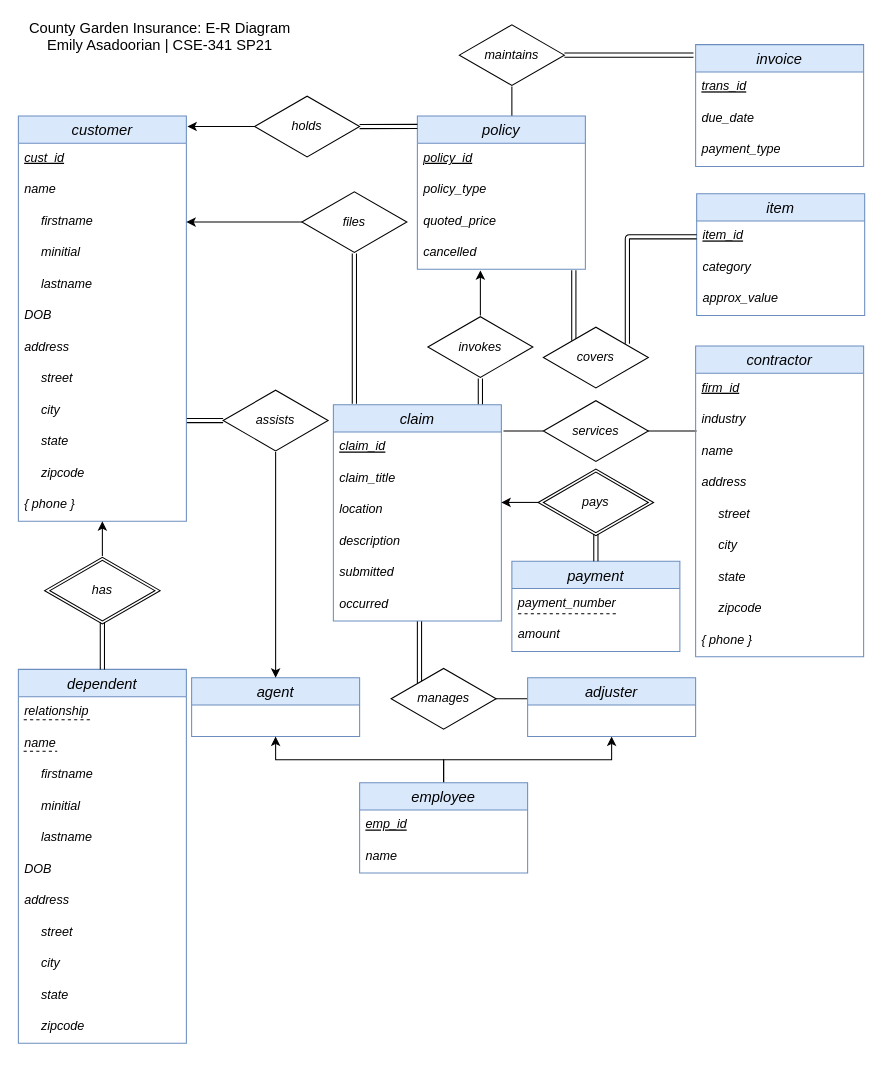
The draw.io diagram ER_Diagram/DrawIO/Asadoorian_ERD.drawio in ema323-lehigh/county-garden, before the edit. Source tidied: cells renumbered, new cells numbered last; positions are measured from the earlier drawing's top-left corner, leaving out a move shared by most shapes. Both pictures are drawn from the tidied source at 105%, with x=0, y=0 at pixel (18, 23).
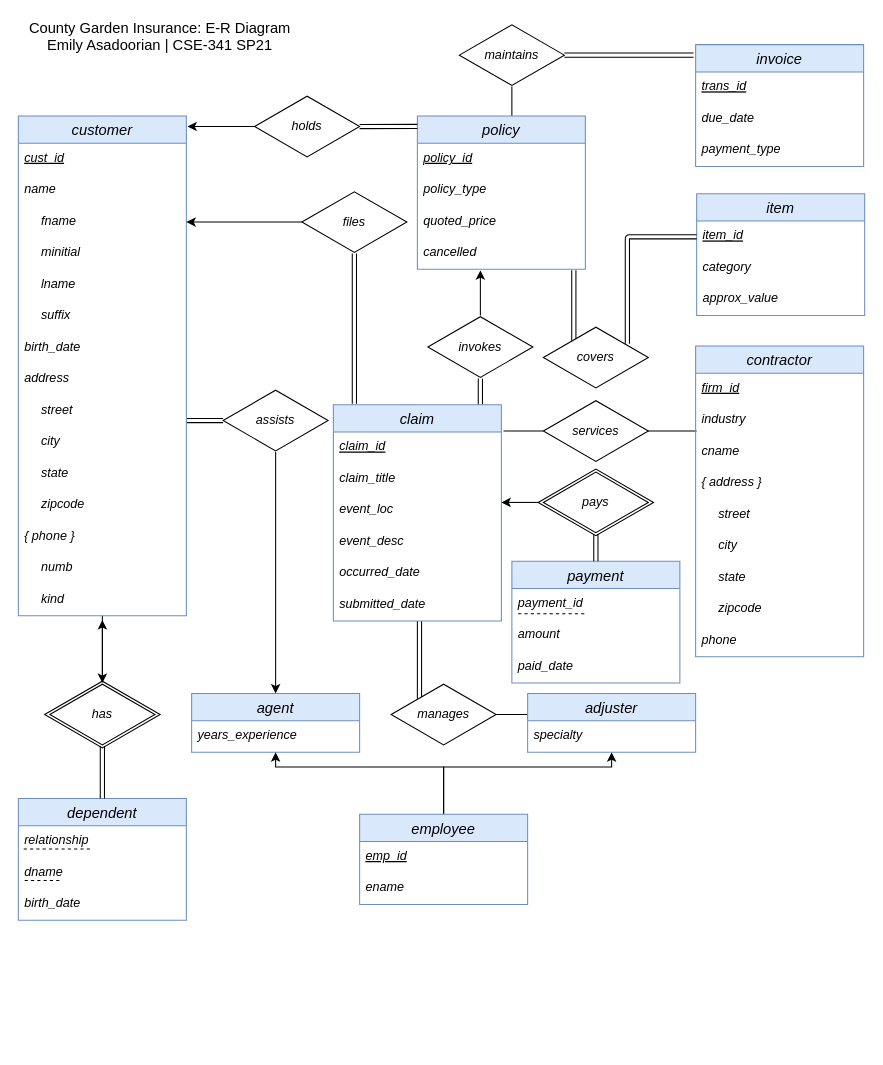
Above is the later version.

Commit message (it also covers changes not shown here):
Mostly shore up ER diagram

Unchanged cells that the change refers to:
```xml
<mxCell id="31" value="claim" style="swimlane;fontStyle=2;horizontal=1;startSize=26;align=center;fontSize=14;fillColor=#dae8fc;strokeColor=#6c8ebf;" parent="1" vertex="1">
  <mxGeometry x="300" y="363" width="160" height="206" as="geometry" />
</mxCell>
<mxCell id="53" value="contractor" style="swimlane;fontStyle=2;horizontal=1;startSize=26;align=center;fontSize=14;fillColor=#dae8fc;strokeColor=#6c8ebf;" parent="1" vertex="1">
  <mxGeometry x="645" y="307" width="160" height="296" as="geometry" />
</mxCell>
```

Change to the diagram source:
```diff
@@
     <mxCell id="3" style="html=1;whiteSpace=wrap;shape=isoRectangle;fontSize=14;align=left;" parent="1" vertex="1">
-      <mxGeometry x="25" y="507" width="110" height="66" as="geometry" />
+      <mxGeometry x="25" y="625" width="110" height="66" as="geometry" />
     </mxCell>
@@
     <mxCell id="7" style="endArrow=none;html=1;exitX=0.98;exitY=0.5;exitDx=0;exitDy=0;exitPerimeter=0;" parent="1" edge="1" source="39">
       <mxGeometry relative="1" as="geometry">
-        <mxPoint x="485" y="643" as="targetPoint" />
+        <mxPoint x="485" y="658" as="targetPoint" />
       </mxGeometry>
     </mxCell>
@@
     <mxCell id="12" value="agent" style="swimlane;fontStyle=2;horizontal=1;startSize=26;align=center;fontSize=14;fillColor=#dae8fc;strokeColor=#6c8ebf;" parent="1" vertex="1">
-      <mxGeometry x="165" y="623" width="160" height="56" as="geometry" />
+      <mxGeometry x="165" y="638" width="160" height="56" as="geometry" />
     </mxCell>
+    <mxCell id="103" value="years_experience" style="text;strokeColor=none;fillColor=none;spacingLeft=4;spacingRight=4;overflow=hidden;fontSize=12;fontStyle=2;" parent="12" vertex="1">
+      <mxGeometry y="26" width="160" height="30" as="geometry" />
+    </mxCell>
     <mxCell id="13" style="edgeStyle=orthogonalEdgeStyle;rounded=0;jettySize=auto;html=1;exitX=0.5;exitY=0;exitDx=0;exitDy=0;entryX=0.5;entryY=1;entryDx=0;entryDy=0;fontFamily=Comic Sans MS;fontSize=14;" parent="1" edge="1" source="15" target="12">
-      <mxGeometry relative="1" as="geometry" />
+      <mxGeometry relative="1" as="geometry">
+        <Array as="points">
+          <mxPoint x="405" y="708" />
+          <mxPoint x="245" y="708" />
+        </Array>
+      </mxGeometry>
     </mxCell>
     <mxCell id="14" style="edgeStyle=orthogonalEdgeStyle;rounded=0;jettySize=auto;html=1;exitX=0.5;exitY=0;exitDx=0;exitDy=0;entryX=0.5;entryY=1;entryDx=0;entryDy=0;fontFamily=Comic Sans MS;fontSize=14;" parent="1" edge="1" source="15" target="18">
-      <mxGeometry relative="1" as="geometry" />
+      <mxGeometry relative="1" as="geometry">
+        <Array as="points">
+          <mxPoint x="405" y="708" />
+          <mxPoint x="565" y="708" />
+        </Array>
+      </mxGeometry>
     </mxCell>
     <mxCell id="15" value="employee" style="swimlane;fontStyle=2;horizontal=1;startSize=26;align=center;fontSize=14;fillColor=#dae8fc;strokeColor=#6c8ebf;" parent="1" vertex="1">
-      <mxGeometry x="325" y="723" width="160" height="86" as="geometry" />
+      <mxGeometry x="325" y="753" width="160" height="86" as="geometry" />
     </mxCell>
@@
-    <mxCell id="17" value="name&#10;" style="text;strokeColor=none;fillColor=none;spacingLeft=4;spacingRight=4;overflow=hidden;fontSize=12;fontStyle=2;" parent="15" vertex="1">
+    <mxCell id="17" value="ename&#10;" style="text;strokeColor=none;fillColor=none;spacingLeft=4;spacingRight=4;overflow=hidden;fontSize=12;fontStyle=2;" parent="15" vertex="1">
       <mxGeometry y="56" width="160" height="30" as="geometry" />
     </mxCell>
     <mxCell id="18" value="adjuster" style="swimlane;fontStyle=2;horizontal=1;startSize=26;align=center;fontSize=14;fillColor=#dae8fc;strokeColor=#6c8ebf;" parent="1" vertex="1">
-      <mxGeometry x="485" y="623" width="160" height="56" as="geometry" />
+      <mxGeometry x="485" y="638" width="160" height="56" as="geometry" />
     </mxCell>
+    <mxCell id="104" value="specialty" style="text;strokeColor=none;fillColor=none;spacingLeft=4;spacingRight=4;overflow=hidden;fontSize=12;fontStyle=2;" parent="18" vertex="1">
+      <mxGeometry y="26" width="160" height="30" as="geometry" />
+    </mxCell>
@@
-    <mxCell id="34" value="location" style="text;strokeColor=none;fillColor=none;spacingLeft=4;spacingRight=4;overflow=hidden;fontSize=12;fontStyle=2;" parent="31" vertex="1">
+    <mxCell id="34" value="event_loc" style="text;strokeColor=none;fillColor=none;spacingLeft=4;spacingRight=4;overflow=hidden;fontSize=12;fontStyle=2;" parent="31" vertex="1">
       <mxGeometry y="86" width="160" height="30" as="geometry" />
     </mxCell>
-    <mxCell id="35" value="description" style="text;strokeColor=none;fillColor=none;spacingLeft=4;spacingRight=4;overflow=hidden;fontSize=12;fontStyle=2;" parent="31" vertex="1">
+    <mxCell id="35" value="event_desc" style="text;strokeColor=none;fillColor=none;spacingLeft=4;spacingRight=4;overflow=hidden;fontSize=12;fontStyle=2;" parent="31" vertex="1">
       <mxGeometry y="116" width="160" height="30" as="geometry" />
     </mxCell>
-    <mxCell id="36" value="submitted" style="text;strokeColor=none;fillColor=none;spacingLeft=4;spacingRight=4;overflow=hidden;fontSize=12;fontStyle=2;" parent="31" vertex="1">
+    <mxCell id="36" value="occurred_date" style="text;strokeColor=none;fillColor=none;spacingLeft=4;spacingRight=4;overflow=hidden;fontSize=12;fontStyle=2;" parent="31" vertex="1">
       <mxGeometry y="146" width="160" height="30" as="geometry" />
     </mxCell>
-    <mxCell id="37" value="occurred" style="text;strokeColor=none;fillColor=none;spacingLeft=4;spacingRight=4;overflow=hidden;fontSize=12;fontStyle=2;" parent="31" vertex="1">
+    <mxCell id="37" value="submitted_date" style="text;strokeColor=none;fillColor=none;spacingLeft=4;spacingRight=4;overflow=hidden;fontSize=12;fontStyle=2;" parent="31" vertex="1">
       <mxGeometry y="176" width="160" height="30" as="geometry" />
     </mxCell>
@@
     <mxCell id="39" value="&lt;i&gt;manages&lt;/i&gt;" style="html=1;whiteSpace=wrap;shape=isoRectangle;" parent="1" vertex="1">
-      <mxGeometry x="355" y="613" width="100" height="60" as="geometry" />
+      <mxGeometry x="355" y="628" width="100" height="60" as="geometry" />
     </mxCell>
+    <mxCell id="105" style="edgeStyle=orthogonalEdgeStyle;rounded=0;jettySize=auto;html=1;" parent="1" edge="1" source="40" target="86">
+      <mxGeometry relative="1" as="geometry" />
+    </mxCell>
     <mxCell id="40" value="customer" style="swimlane;fontStyle=2;horizontal=1;startSize=26;align=center;fontSize=14;fillColor=#dae8fc;strokeColor=#6c8ebf;" parent="1" vertex="1">
-      <mxGeometry y="88" width="160" height="386" as="geometry" />
+      <mxGeometry y="88" width="160" height="476" as="geometry" />
     </mxCell>
@@
-    <mxCell id="43" value="firstname" style="text;strokeColor=none;fillColor=none;spacingLeft=20;spacingRight=4;overflow=hidden;points=[[0,0.5],[1,0.5]];portConstraint=eastwest;fontSize=12;fontStyle=2;align=left;" parent="40" vertex="1">
+    <mxCell id="43" value="fname" style="text;strokeColor=none;fillColor=none;spacingLeft=20;spacingRight=4;overflow=hidden;points=[[0,0.5],[1,0.5]];portConstraint=eastwest;fontSize=12;fontStyle=2;align=left;" parent="40" vertex="1">
       <mxGeometry y="86" width="160" height="30" as="geometry" />
     </mxCell>
@@
-    <mxCell id="45" value="lastname" style="text;strokeColor=none;fillColor=none;spacingLeft=20;spacingRight=4;overflow=hidden;fontSize=12;fontStyle=2;align=left;" parent="40" vertex="1">
+    <mxCell id="45" value="lname" style="text;strokeColor=none;fillColor=none;spacingLeft=20;spacingRight=4;overflow=hidden;fontSize=12;fontStyle=2;align=left;" parent="40" vertex="1">
       <mxGeometry y="146" width="160" height="30" as="geometry" />
     </mxCell>
+    <mxCell id="106" value="suffix" style="text;strokeColor=none;fillColor=none;spacingLeft=20;spacingRight=4;overflow=hidden;fontSize=12;fontStyle=2;align=left;" parent="40" vertex="1">
+      <mxGeometry y="176" width="160" height="30" as="geometry" />
+    </mxCell>
-    <mxCell id="46" value="DOB" style="text;strokeColor=none;fillColor=none;spacingLeft=4;spacingRight=4;overflow=hidden;fontSize=12;fontStyle=2;" parent="40" vertex="1">
-      <mxGeometry y="176" width="160" height="30" as="geometry" />
+    <mxCell id="46" value="birth_date" style="text;strokeColor=none;fillColor=none;spacingLeft=4;spacingRight=4;overflow=hidden;fontSize=12;fontStyle=2;" parent="40" vertex="1">
+      <mxGeometry y="206" width="160" height="30" as="geometry" />
     </mxCell>
     <mxCell id="47" value="address" style="text;strokeColor=none;fillColor=none;spacingLeft=4;spacingRight=4;overflow=hidden;fontSize=12;fontStyle=2;align=left;" parent="40" vertex="1">
-      <mxGeometry y="206" width="160" height="30" as="geometry" />
+      <mxGeometry y="236" width="160" height="30" as="geometry" />
     </mxCell>
     <mxCell id="48" value="street" style="text;strokeColor=none;fillColor=none;spacingLeft=20;spacingRight=4;overflow=hidden;fontSize=12;fontStyle=2;align=left;" parent="40" vertex="1">
-      <mxGeometry y="236" width="160" height="30" as="geometry" />
+      <mxGeometry y="266" width="160" height="30" as="geometry" />
     </mxCell>
     <mxCell id="49" value="city" style="text;strokeColor=none;fillColor=none;spacingLeft=20;spacingRight=4;overflow=hidden;fontSize=12;fontStyle=2;align=left;" parent="40" vertex="1">
-      <mxGeometry y="266" width="160" height="30" as="geometry" />
+      <mxGeometry y="296" width="160" height="30" as="geometry" />
     </mxCell>
     <mxCell id="50" value="state" style="text;strokeColor=none;fillColor=none;spacingLeft=20;spacingRight=4;overflow=hidden;fontSize=12;fontStyle=2;" parent="40" vertex="1">
-      <mxGeometry y="296" width="160" height="30" as="geometry" />
+      <mxGeometry y="326" width="160" height="30" as="geometry" />
     </mxCell>
     <mxCell id="51" value="zipcode" style="text;strokeColor=none;fillColor=none;spacingLeft=20;spacingRight=4;overflow=hidden;fontSize=12;fontStyle=2;" parent="40" vertex="1">
-      <mxGeometry y="326" width="160" height="30" as="geometry" />
+      <mxGeometry y="356" width="160" height="30" as="geometry" />
     </mxCell>
     <mxCell id="52" value="{ phone }" style="text;strokeColor=none;fillColor=none;spacingLeft=4;spacingRight=4;overflow=hidden;points=[[0,0.5],[1,0.5]];portConstraint=eastwest;fontSize=12;fontStyle=2;" parent="40" vertex="1">
-      <mxGeometry y="356" width="160" height="30" as="geometry" />
+      <mxGeometry y="386" width="160" height="30" as="geometry" />
     </mxCell>
+    <mxCell id="107" value="numb" style="text;strokeColor=none;fillColor=none;spacingLeft=20;spacingRight=4;overflow=hidden;fontSize=12;fontStyle=2;" parent="40" vertex="1">
+      <mxGeometry y="416" width="160" height="30" as="geometry" />
+    </mxCell>
+    <mxCell id="108" value="kind" style="text;strokeColor=none;fillColor=none;spacingLeft=20;spacingRight=4;overflow=hidden;fontSize=12;fontStyle=2;" parent="40" vertex="1">
+      <mxGeometry y="446" width="160" height="30" as="geometry" />
+    </mxCell>
@@
-    <mxCell id="56" value="name&#10;" style="text;strokeColor=none;fillColor=none;spacingLeft=4;spacingRight=4;overflow=hidden;fontSize=12;fontStyle=2;" parent="53" vertex="1">
+    <mxCell id="56" value="cname&#10;" style="text;strokeColor=none;fillColor=none;spacingLeft=4;spacingRight=4;overflow=hidden;fontSize=12;fontStyle=2;" parent="53" vertex="1">
       <mxGeometry y="86" width="160" height="30" as="geometry" />
     </mxCell>
-    <mxCell id="57" value="address" style="text;strokeColor=none;fillColor=none;spacingLeft=4;spacingRight=4;overflow=hidden;fontSize=12;fontStyle=2;align=left;" parent="53" vertex="1">
+    <mxCell id="57" value="{ address }" style="text;strokeColor=none;fillColor=none;spacingLeft=4;spacingRight=4;overflow=hidden;fontSize=12;fontStyle=2;align=left;" parent="53" vertex="1">
       <mxGeometry y="116" width="160" height="30" as="geometry" />
     </mxCell>
@@
-    <mxCell id="62" value="{ phone }" style="text;strokeColor=none;fillColor=none;spacingLeft=4;spacingRight=4;overflow=hidden;fontSize=12;fontStyle=2;" parent="53" vertex="1">
+    <mxCell id="62" value="phone" style="text;strokeColor=none;fillColor=none;spacingLeft=4;spacingRight=4;overflow=hidden;fontSize=12;fontStyle=2;" parent="53" vertex="1">
       <mxGeometry y="266" width="160" height="30" as="geometry" />
     </mxCell>
@@
     <mxCell id="72" value="dependent" style="swimlane;fontStyle=2;horizontal=1;startSize=26;align=center;fontSize=14;fillColor=#dae8fc;strokeColor=#6c8ebf;" parent="1" vertex="1">
-      <mxGeometry y="615" width="160" height="356" as="geometry" />
+      <mxGeometry y="738" width="160" height="116" as="geometry" />
     </mxCell>
@@
-    <mxCell id="74" value="name&#10;" style="text;strokeColor=none;fillColor=none;spacingLeft=4;spacingRight=4;overflow=hidden;fontSize=12;fontStyle=2;" parent="72" vertex="1">
+    <mxCell id="74" value="dname&#10;" style="text;strokeColor=none;fillColor=none;spacingLeft=4;spacingRight=4;overflow=hidden;fontSize=12;fontStyle=2;" parent="72" vertex="1">
       <mxGeometry y="56" width="160" height="30" as="geometry" />
     </mxCell>
-    <mxCell id="75" value="firstname" style="text;strokeColor=none;fillColor=none;spacingLeft=20;spacingRight=4;overflow=hidden;fontSize=12;fontStyle=2;align=left;" parent="72" vertex="1">
-      <mxGeometry y="86" width="160" height="30" as="geometry" />
-    </mxCell>
-    <mxCell id="76" value="minitial" style="text;strokeColor=none;fillColor=none;spacingLeft=20;spacingRight=4;overflow=hidden;fontSize=12;fontStyle=2;" parent="72" vertex="1">
-      <mxGeometry y="116" width="160" height="30" as="geometry" />
-    </mxCell>
-    <mxCell id="77" value="lastname" style="text;strokeColor=none;fillColor=none;spacingLeft=20;spacingRight=4;overflow=hidden;fontSize=12;fontStyle=2;align=left;" parent="72" vertex="1">
-      <mxGeometry y="146" width="160" height="30" as="geometry" />
-    </mxCell>
-    <mxCell id="78" value="DOB" style="text;strokeColor=none;fillColor=none;spacingLeft=4;spacingRight=4;overflow=hidden;fontSize=12;fontStyle=2;align=left;" parent="72" vertex="1">
-      <mxGeometry y="176" width="160" height="30" as="geometry" />
+    <mxCell id="78" value="birth_date" style="text;strokeColor=none;fillColor=none;spacingLeft=4;spacingRight=4;overflow=hidden;fontSize=12;fontStyle=2;align=left;" parent="72" vertex="1">
+      <mxGeometry y="86" width="160" height="30" as="geometry" />
     </mxCell>
-    <mxCell id="79" value="address" style="text;strokeColor=none;fillColor=none;spacingLeft=4;spacingRight=4;overflow=hidden;fontSize=12;fontStyle=2;align=left;" parent="72" vertex="1">
-      <mxGeometry y="206" width="160" height="30" as="geometry" />
-    </mxCell>
-    <mxCell id="80" value="street" style="text;strokeColor=none;fillColor=none;spacingLeft=20;spacingRight=4;overflow=hidden;fontSize=12;fontStyle=2;align=left;" parent="72" vertex="1">
-      <mxGeometry y="236" width="160" height="30" as="geometry" />
-    </mxCell>
-    <mxCell id="81" value="city" style="text;strokeColor=none;fillColor=none;spacingLeft=20;spacingRight=4;overflow=hidden;fontSize=12;fontStyle=2;align=left;" parent="72" vertex="1">
-      <mxGeometry y="266" width="160" height="30" as="geometry" />
-    </mxCell>
-    <mxCell id="82" value="state" style="text;strokeColor=none;fillColor=none;spacingLeft=20;spacingRight=4;overflow=hidden;fontSize=12;fontStyle=2;" parent="72" vertex="1">
-      <mxGeometry y="296" width="160" height="30" as="geometry" />
-    </mxCell>
-    <mxCell id="83" value="zipcode" style="text;strokeColor=none;fillColor=none;spacingLeft=20;spacingRight=4;overflow=hidden;fontSize=12;fontStyle=2;" parent="72" vertex="1">
-      <mxGeometry y="326" width="160" height="30" as="geometry" />
-    </mxCell>
-    <mxCell id="84" style="endArrow=none;dashed=1;html=1;fontFamily=Comic Sans MS;fontSize=14;entryX=0.244;entryY=-0.133;entryDx=0;entryDy=0;entryPerimeter=0;" parent="72" edge="1">
+    <mxCell id="84" style="endArrow=none;dashed=1;html=1;fontFamily=Comic Sans MS;fontSize=14;" parent="72" edge="1">
       <mxGeometry relative="1" as="geometry">
-        <mxPoint x="5" y="78" as="sourcePoint" />
-        <mxPoint x="37" y="78" as="targetPoint" />
+        <mxPoint x="6" y="78" as="sourcePoint" />
+        <mxPoint x="41" y="78" as="targetPoint" />
       </mxGeometry>
     </mxCell>
@@
     <mxCell id="86" value="&lt;i&gt;has&lt;/i&gt;" style="html=1;whiteSpace=wrap;shape=isoRectangle;" parent="1" vertex="1">
-      <mxGeometry x="30" y="510" width="100" height="60" as="geometry" />
+      <mxGeometry x="30" y="628" width="100" height="60" as="geometry" />
     </mxCell>
@@
-    <mxCell id="88" style="endArrow=classic;html=1;fontSize=14;exitX=0.5;exitY=0;exitDx=0;exitDy=0;exitPerimeter=0;" parent="1" edge="1" source="3" target="52">
-      <mxGeometry relative="1" as="geometry" />
+    <mxCell id="88" style="endArrow=classic;html=1;fontSize=14;exitX=0.5;exitY=0;exitDx=0;exitDy=0;exitPerimeter=0;" parent="1" edge="1" source="3">
+      <mxGeometry relative="1" as="geometry">
+        <mxPoint x="80" y="568" as="targetPoint" />
+      </mxGeometry>
     </mxCell>
@@
     <mxCell id="95" value="payment" style="swimlane;fontStyle=2;horizontal=1;startSize=26;align=center;fontSize=14;fillColor=#dae8fc;strokeColor=#6c8ebf;" parent="1" vertex="1">
-      <mxGeometry x="470" y="512" width="160" height="86" as="geometry" />
+      <mxGeometry x="470" y="512" width="160" height="116" as="geometry" />
     </mxCell>
-    <mxCell id="96" value="payment_number" style="text;strokeColor=none;fillColor=none;spacingLeft=4;spacingRight=4;overflow=hidden;fontSize=12;fontStyle=2;" parent="95" vertex="1">
+    <mxCell id="96" value="payment_id" style="text;strokeColor=none;fillColor=none;spacingLeft=4;spacingRight=4;overflow=hidden;fontSize=12;fontStyle=2;" parent="95" vertex="1">
       <mxGeometry y="26" width="160" height="30" as="geometry" />
     </mxCell>
     <mxCell id="97" style="endArrow=none;dashed=1;html=1;fontFamily=Comic Sans MS;fontSize=14;exitX=0.013;exitY=0.767;exitDx=0;exitDy=0;exitPerimeter=0;" parent="95" edge="1">
       <mxGeometry relative="1" as="geometry">
         <mxPoint x="6" y="50" as="sourcePoint" />
-        <mxPoint x="101" y="50" as="targetPoint" />
+        <mxPoint x="70" y="50" as="targetPoint" />
       </mxGeometry>
     </mxCell>
@@
+    <mxCell id="109" value="paid_date" style="text;strokeColor=none;fillColor=none;spacingLeft=4;spacingRight=4;overflow=hidden;fontSize=12;fontStyle=2;" parent="95" vertex="1">
+      <mxGeometry y="86" width="160" height="30" as="geometry" />
+    </mxCell>
```
